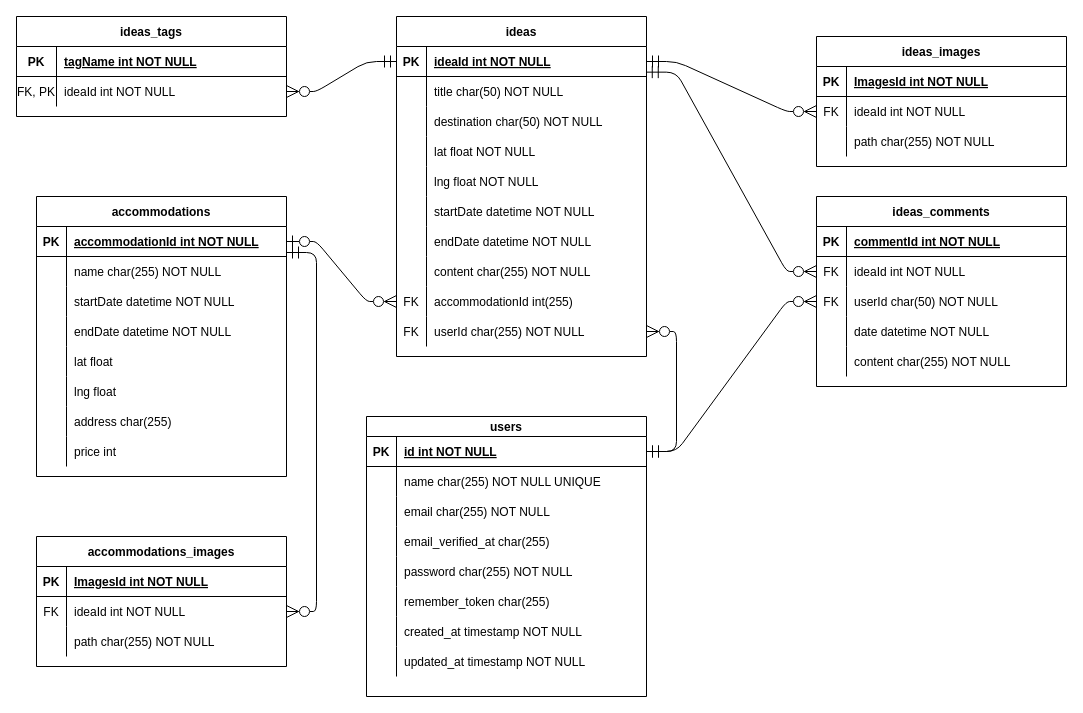
Earlier version of the draw.io diagram Docs/ER Diagram.drawio (Connie-byte/icom6034-project). Source tidied: cells renumbered, new cells numbered last; positions are measured from the earlier drawing's top-left corner, leaving out a move shared by most shapes. Both pictures are drawn from the tidied source at 100%, with x=0, y=0 at pixel (16, 16).
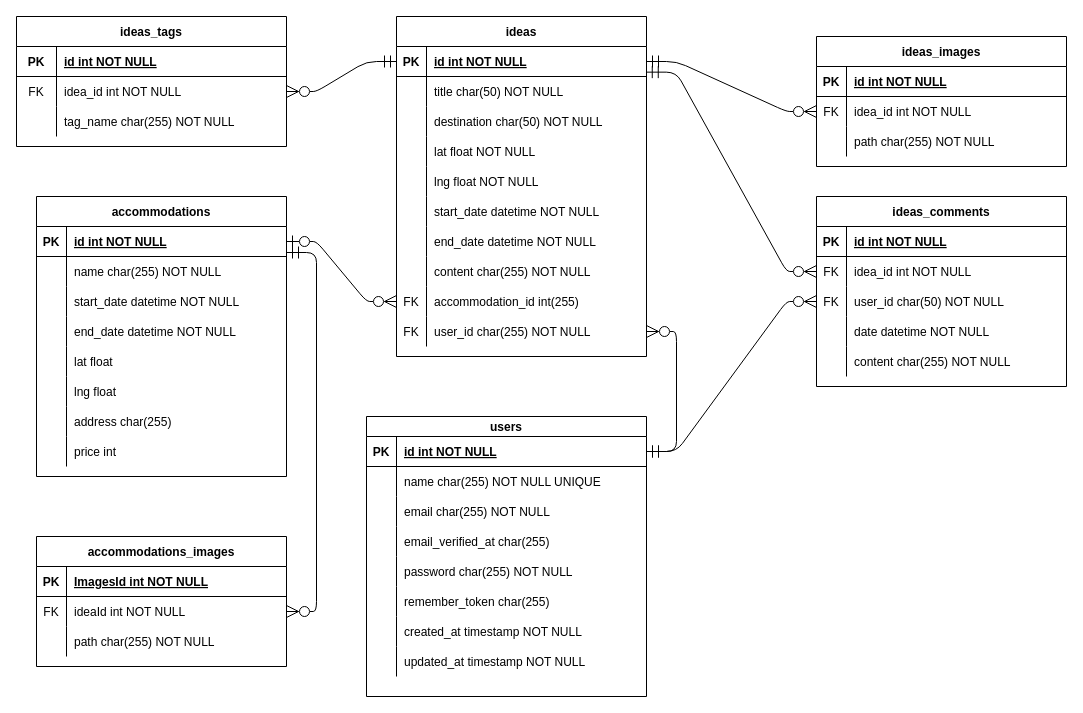
After the change.

Commit message:
update field name

The change refers to these unchanged cells:
```xml
<mxCell id="3" style="shape=partialRectangle;fillColor=none;top=0;left=0;right=0;bottom=1;" parent="2" vertex="1">
  <mxGeometry y="30" width="270" height="30" as="geometry" />
</mxCell>
<mxCell id="6" style="shape=partialRectangle;fillColor=none;points=[[0,0.5],[1,0.5]];portConstraint=eastwest;top=0;left=0;right=0;bottom=0;" parent="2" vertex="1">
  <mxGeometry y="60" width="270" height="30" as="geometry" />
</mxCell>
<mxCell id="10" style="shape=partialRectangle;fillColor=none;points=[[0,0.5],[1,0.5]];portConstraint=eastwest;top=0;left=0;right=0;bottom=1;" parent="9" vertex="1">
  <mxGeometry y="30" width="250" height="30" as="geometry" />
</mxCell>
<mxCell id="25" style="shape=partialRectangle;fillColor=none;top=0;left=0;right=0;bottom=0;" parent="9" vertex="1">
  <mxGeometry y="180" width="250" height="30" as="geometry" />
</mxCell>
<mxCell id="28" style="shape=partialRectangle;fillColor=none;top=0;left=0;right=0;bottom=0;" parent="9" vertex="1">
  <mxGeometry y="210" width="250" height="30" as="geometry" />
</mxCell>
<mxCell id="34" style="shape=partialRectangle;fillColor=none;points=[[0,0.5],[1,0.5]];portConstraint=eastwest;top=0;left=0;right=0;bottom=0;" parent="9" vertex="1">
  <mxGeometry y="270" width="250" height="30" as="geometry" />
</mxCell>
<mxCell id="37" style="shape=partialRectangle;fillColor=none;points=[[0,0.5],[1,0.5]];portConstraint=eastwest;top=0;left=0;right=0;bottom=0;" parent="9" vertex="1">
  <mxGeometry y="300" width="250" height="30" as="geometry" />
</mxCell>
<mxCell id="42" style="shape=partialRectangle;fillColor=none;top=0;left=0;right=0;bottom=1;" parent="41" vertex="1">
  <mxGeometry y="30" width="250" height="30" as="geometry" />
</mxCell>
<mxCell id="45" style="shape=partialRectangle;fillColor=none;points=[[0,0.5],[1,0.5]];portConstraint=eastwest;top=0;left=0;right=0;bottom=0;" parent="41" vertex="1">
  <mxGeometry y="60" width="250" height="30" as="geometry" />
</mxCell>
<mxCell id="48" style="shape=partialRectangle;fillColor=none;points=[[0,0.5],[1,0.5]];portConstraint=eastwest;top=0;left=0;right=0;bottom=0;" parent="41" vertex="1">
  <mxGeometry y="90" width="250" height="30" as="geometry" />
</mxCell>
<mxCell id="86" style="shape=partialRectangle;fillColor=none;points=[[0,0.5],[1,0.5]];portConstraint=eastwest;top=0;left=0;right=0;bottom=1;" parent="85" vertex="1">
  <mxGeometry y="30" width="250" height="30" as="geometry" />
</mxCell>
<mxCell id="92" style="shape=partialRectangle;fillColor=none;top=0;left=0;right=0;bottom=0;" parent="85" vertex="1">
  <mxGeometry y="90" width="250" height="30" as="geometry" />
</mxCell>
<mxCell id="95" style="shape=partialRectangle;fillColor=none;top=0;left=0;right=0;bottom=0;" parent="85" vertex="1">
  <mxGeometry y="120" width="250" height="30" as="geometry" />
</mxCell>
<mxCell id="112" style="shape=partialRectangle;fillColor=none;top=0;left=0;right=0;bottom=1;" parent="111" vertex="1">
  <mxGeometry y="30" width="250" height="30" as="geometry" />
</mxCell>
<mxCell id="115" style="shape=partialRectangle;fillColor=none;points=[[0,0.5],[1,0.5]];portConstraint=eastwest;top=0;left=0;right=0;bottom=0;" parent="111" vertex="1">
  <mxGeometry y="60" width="250" height="30" as="geometry" />
</mxCell>
```

Diff of the diagram source:
```diff
@@
     <mxCell id="2" value="ideas_tags" style="shape=table;startSize=30;childLayout=tableLayout;rowLines=0;fontStyle=1;align=center;" parent="1" vertex="1">
-      <mxGeometry width="270" height="100" as="geometry" />
+      <mxGeometry width="270" height="130" as="geometry" />
     </mxCell>
@@
-    <mxCell id="5" value="tagName int NOT NULL " style="shape=partialRectangle;overflow=hidden;fillColor=none;top=0;left=0;bottom=0;right=0;align=left;spacingLeft=6;fontStyle=5;" parent="3" vertex="1">
+    <mxCell id="5" value="id int NOT NULL " style="shape=partialRectangle;overflow=hidden;fillColor=none;top=0;left=0;bottom=0;right=0;align=left;spacingLeft=6;fontStyle=5;" parent="3" vertex="1">
       <mxGeometry x="40" width="230" height="30" as="geometry" />
     </mxCell>
@@
-    <mxCell id="7" value="FK, PK" style="shape=partialRectangle;overflow=hidden;fillColor=none;top=0;left=0;bottom=0;right=0;" parent="6" vertex="1">
+    <mxCell id="7" value="FK" style="shape=partialRectangle;overflow=hidden;fillColor=none;top=0;left=0;bottom=0;right=0;" parent="6" vertex="1">
       <mxGeometry width="40" height="30" as="geometry" />
     </mxCell>
-    <mxCell id="8" value="ideaId int NOT NULL" style="shape=partialRectangle;overflow=hidden;fillColor=none;top=0;left=0;bottom=0;right=0;align=left;spacingLeft=6;" parent="6" vertex="1">
+    <mxCell id="8" value="idea_id int NOT NULL" style="shape=partialRectangle;overflow=hidden;fillColor=none;top=0;left=0;bottom=0;right=0;align=left;spacingLeft=6;" parent="6" vertex="1">
       <mxGeometry x="40" width="230" height="30" as="geometry" />
     </mxCell>
+    <mxCell id="133" style="shape=partialRectangle;fillColor=none;top=0;left=0;right=0;bottom=0;" parent="2" vertex="1">
+      <mxGeometry y="90" width="270" height="30" as="geometry" />
+    </mxCell>
+    <mxCell id="134" style="shape=partialRectangle;overflow=hidden;fillColor=none;top=0;left=0;bottom=0;right=0;" parent="133" vertex="1">
+      <mxGeometry width="40" height="30" as="geometry" />
+    </mxCell>
+    <mxCell id="135" value="tag_name char(255) NOT NULL" style="shape=partialRectangle;overflow=hidden;fillColor=none;top=0;left=0;bottom=0;right=0;align=left;spacingLeft=6;" parent="133" vertex="1">
+      <mxGeometry x="40" width="230" height="30" as="geometry" />
+    </mxCell>
@@
-    <mxCell id="12" value="ideaId int NOT NULL " style="shape=partialRectangle;overflow=hidden;fillColor=none;top=0;left=0;bottom=0;right=0;align=left;spacingLeft=6;fontStyle=5;" parent="10" vertex="1">
+    <mxCell id="12" value="id int NOT NULL " style="shape=partialRectangle;overflow=hidden;fillColor=none;top=0;left=0;bottom=0;right=0;align=left;spacingLeft=6;fontStyle=5;" parent="10" vertex="1">
       <mxGeometry x="30" width="220" height="30" as="geometry" />
     </mxCell>
@@
-    <mxCell id="27" value="startDate datetime NOT NULL" style="shape=partialRectangle;overflow=hidden;fillColor=none;top=0;left=0;bottom=0;right=0;align=left;spacingLeft=6;" parent="25" vertex="1">
+    <mxCell id="27" value="start_date datetime NOT NULL" style="shape=partialRectangle;overflow=hidden;fillColor=none;top=0;left=0;bottom=0;right=0;align=left;spacingLeft=6;" parent="25" vertex="1">
       <mxGeometry x="30" width="220" height="30" as="geometry" />
     </mxCell>
@@
-    <mxCell id="30" value="endDate datetime NOT NULL" style="shape=partialRectangle;overflow=hidden;fillColor=none;top=0;left=0;bottom=0;right=0;align=left;spacingLeft=6;" parent="28" vertex="1">
+    <mxCell id="30" value="end_date datetime NOT NULL" style="shape=partialRectangle;overflow=hidden;fillColor=none;top=0;left=0;bottom=0;right=0;align=left;spacingLeft=6;" parent="28" vertex="1">
       <mxGeometry x="30" width="220" height="30" as="geometry" />
     </mxCell>
@@
-    <mxCell id="36" value="accommodationId int(255)" style="shape=partialRectangle;overflow=hidden;fillColor=none;top=0;left=0;bottom=0;right=0;align=left;spacingLeft=6;" parent="34" vertex="1">
+    <mxCell id="36" value="accommodation_id int(255)" style="shape=partialRectangle;overflow=hidden;fillColor=none;top=0;left=0;bottom=0;right=0;align=left;spacingLeft=6;" parent="34" vertex="1">
       <mxGeometry x="30" width="220" height="30" as="geometry" />
     </mxCell>
@@
-    <mxCell id="39" value="userId char(255) NOT NULL" style="shape=partialRectangle;overflow=hidden;fillColor=none;top=0;left=0;bottom=0;right=0;align=left;spacingLeft=6;" parent="37" vertex="1">
+    <mxCell id="39" value="user_id char(255) NOT NULL" style="shape=partialRectangle;overflow=hidden;fillColor=none;top=0;left=0;bottom=0;right=0;align=left;spacingLeft=6;" parent="37" vertex="1">
       <mxGeometry x="30" width="220" height="30" as="geometry" />
     </mxCell>
@@
-    <mxCell id="44" value="commentId int NOT NULL " style="shape=partialRectangle;overflow=hidden;fillColor=none;top=0;left=0;bottom=0;right=0;align=left;spacingLeft=6;fontStyle=5;" parent="42" vertex="1">
+    <mxCell id="44" value="id int NOT NULL " style="shape=partialRectangle;overflow=hidden;fillColor=none;top=0;left=0;bottom=0;right=0;align=left;spacingLeft=6;fontStyle=5;" parent="42" vertex="1">
       <mxGeometry x="30" width="220" height="30" as="geometry" />
     </mxCell>
@@
-    <mxCell id="47" value="ideaId int NOT NULL" style="shape=partialRectangle;overflow=hidden;fillColor=none;top=0;left=0;bottom=0;right=0;align=left;spacingLeft=6;" parent="45" vertex="1">
+    <mxCell id="47" value="idea_id int NOT NULL" style="shape=partialRectangle;overflow=hidden;fillColor=none;top=0;left=0;bottom=0;right=0;align=left;spacingLeft=6;" parent="45" vertex="1">
       <mxGeometry x="30" width="220" height="30" as="geometry" />
     </mxCell>
@@
-    <mxCell id="50" value="userId char(50) NOT NULL" style="shape=partialRectangle;overflow=hidden;fillColor=none;top=0;left=0;bottom=0;right=0;align=left;spacingLeft=6;" parent="48" vertex="1">
+    <mxCell id="50" value="user_id char(50) NOT NULL" style="shape=partialRectangle;overflow=hidden;fillColor=none;top=0;left=0;bottom=0;right=0;align=left;spacingLeft=6;" parent="48" vertex="1">
       <mxGeometry x="30" width="220" height="30" as="geometry" />
     </mxCell>
@@
-    <mxCell id="88" value="accommodationId int NOT NULL " style="shape=partialRectangle;overflow=hidden;fillColor=none;top=0;left=0;bottom=0;right=0;align=left;spacingLeft=6;fontStyle=5;" parent="86" vertex="1">
+    <mxCell id="88" value="id int NOT NULL " style="shape=partialRectangle;overflow=hidden;fillColor=none;top=0;left=0;bottom=0;right=0;align=left;spacingLeft=6;fontStyle=5;" parent="86" vertex="1">
       <mxGeometry x="30" width="220" height="30" as="geometry" />
     </mxCell>
@@
-    <mxCell id="94" value="startDate datetime NOT NULL" style="shape=partialRectangle;overflow=hidden;fillColor=none;top=0;left=0;bottom=0;right=0;align=left;spacingLeft=6;" parent="92" vertex="1">
+    <mxCell id="94" value="start_date datetime NOT NULL" style="shape=partialRectangle;overflow=hidden;fillColor=none;top=0;left=0;bottom=0;right=0;align=left;spacingLeft=6;" parent="92" vertex="1">
       <mxGeometry x="30" width="220" height="30" as="geometry" />
     </mxCell>
@@
-    <mxCell id="97" value="endDate datetime NOT NULL" style="shape=partialRectangle;overflow=hidden;fillColor=none;top=0;left=0;bottom=0;right=0;align=left;spacingLeft=6;" parent="95" vertex="1">
+    <mxCell id="97" value="end_date datetime NOT NULL" style="shape=partialRectangle;overflow=hidden;fillColor=none;top=0;left=0;bottom=0;right=0;align=left;spacingLeft=6;" parent="95" vertex="1">
       <mxGeometry x="30" width="220" height="30" as="geometry" />
     </mxCell>
@@
-    <mxCell id="114" value="ImagesId int NOT NULL " style="shape=partialRectangle;overflow=hidden;fillColor=none;top=0;left=0;bottom=0;right=0;align=left;spacingLeft=6;fontStyle=5;" parent="112" vertex="1">
+    <mxCell id="114" value="id int NOT NULL " style="shape=partialRectangle;overflow=hidden;fillColor=none;top=0;left=0;bottom=0;right=0;align=left;spacingLeft=6;fontStyle=5;" parent="112" vertex="1">
       <mxGeometry x="30" width="220" height="30" as="geometry" />
     </mxCell>
@@
-    <mxCell id="117" value="ideaId int NOT NULL" style="shape=partialRectangle;overflow=hidden;fillColor=none;top=0;left=0;bottom=0;right=0;align=left;spacingLeft=6;" parent="115" vertex="1">
+    <mxCell id="117" value="idea_id int NOT NULL" style="shape=partialRectangle;overflow=hidden;fillColor=none;top=0;left=0;bottom=0;right=0;align=left;spacingLeft=6;" parent="115" vertex="1">
       <mxGeometry x="30" width="220" height="30" as="geometry" />
     </mxCell>
```
